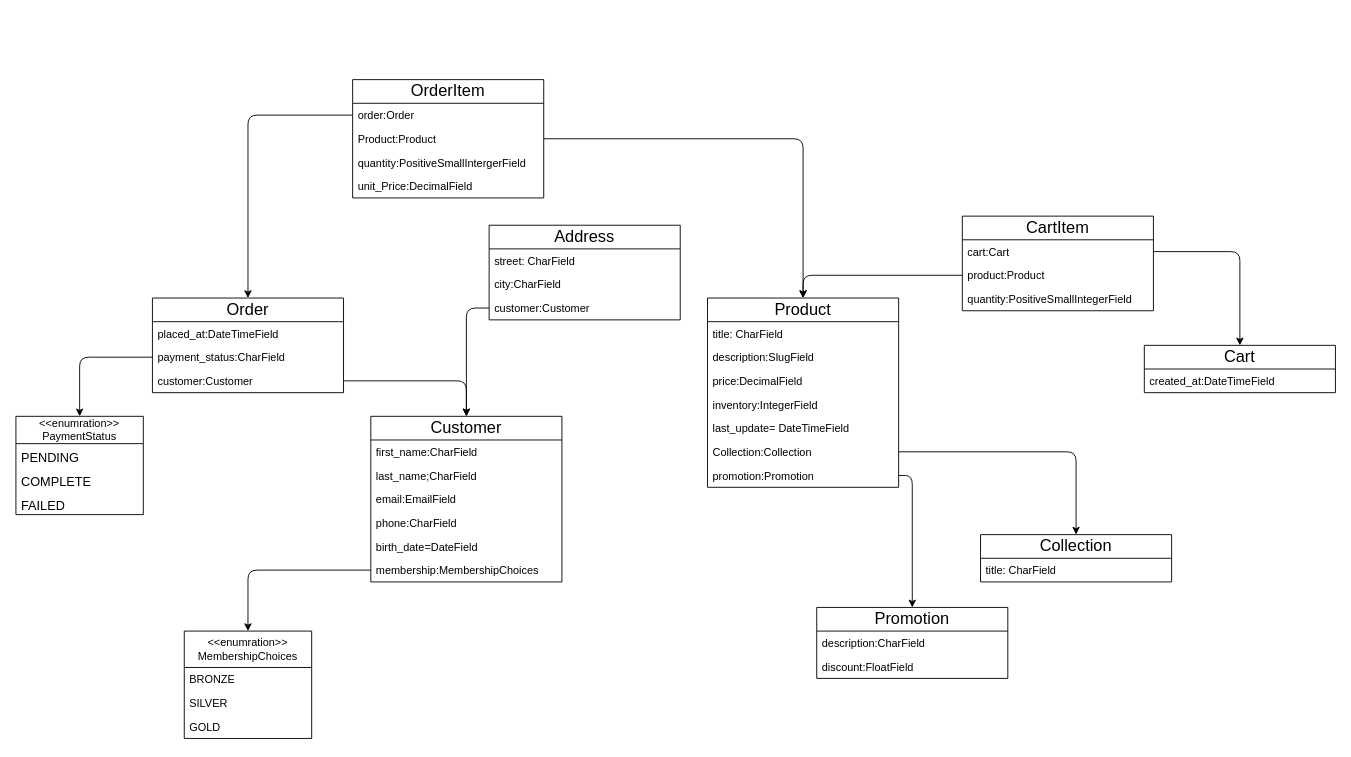
This is page "store" (1 of 3) of storefront.drawio from Elmorsi5/storefront1, a draw.io file, before an edit. Source tidied: cells renumbered, new cells numbered last; positions are measured from the earlier drawing's top-left corner, leaving out a move shared by most shapes. Both pictures are drawn from the tidied source at 91%, with x=0, y=0 at pixel (15, 79).
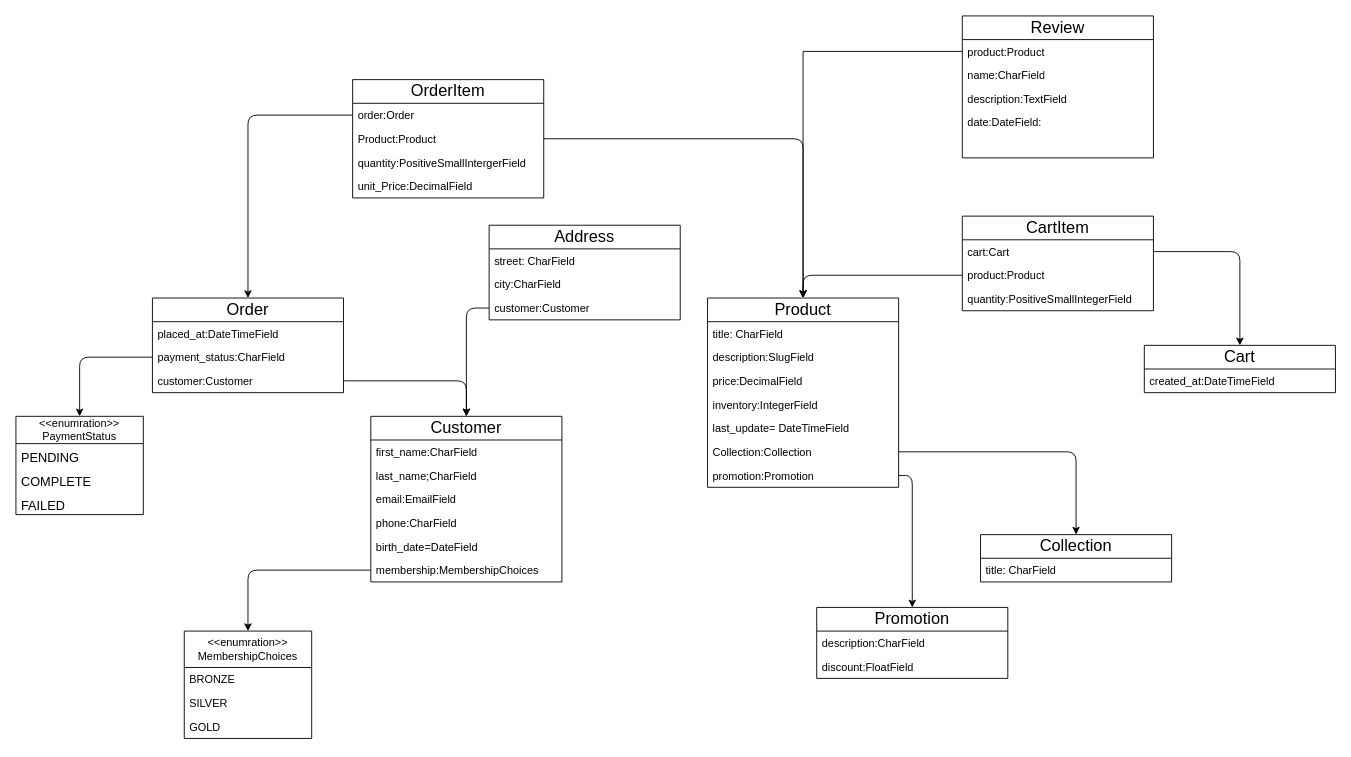
The same page after the edit.

Commit message (it also covers changes not shown here):
Upgrade the Nested (Product - Review) Router

Unchanged cells that the change refers to:
```xml
<mxCell id="2" value="&lt;font style=&quot;font-size: 18px;&quot;&gt;Product&lt;/font&gt;" style="swimlane;fontStyle=0;horizontal=1;startSize=26;fillColor=none;whiteSpace=wrap;html=1;" parent="1" vertex="1">
  <mxGeometry x="760" y="240" width="210" height="208" as="geometry" />
</mxCell>
```

What changed in the source:
```diff
@@
+    <mxCell id="59" value="&lt;span style=&quot;font-size: 18px;&quot;&gt;Review&lt;/span&gt;" style="swimlane;fontStyle=0;horizontal=1;startSize=26;fillColor=none;whiteSpace=wrap;html=1;" parent="1" vertex="1">
+      <mxGeometry x="1040" y="-70" width="210" height="156" as="geometry" />
+    </mxCell>
+    <mxCell id="60" value="product:Product" style="text;strokeColor=none;fillColor=none;align=left;verticalAlign=top;spacingLeft=4;spacingRight=4;overflow=hidden;points=[[0,0.5],[1,0.5]];portConstraint=eastwest;whiteSpace=wrap;html=1;" parent="59" vertex="1">
+      <mxGeometry y="26" width="210" height="26" as="geometry" />
+    </mxCell>
+    <mxCell id="61" value="name:CharField" style="text;strokeColor=none;fillColor=none;align=left;verticalAlign=top;spacingLeft=4;spacingRight=4;overflow=hidden;whiteSpace=wrap;html=1;" parent="59" vertex="1">
+      <mxGeometry y="52" width="210" height="26" as="geometry" />
+    </mxCell>
+    <mxCell id="62" value="description:TextField" style="text;strokeColor=none;fillColor=none;align=left;verticalAlign=top;spacingLeft=4;spacingRight=4;overflow=hidden;whiteSpace=wrap;html=1;" parent="59" vertex="1">
+      <mxGeometry y="78" width="210" height="26" as="geometry" />
+    </mxCell>
+    <mxCell id="63" value="date:DateField:" style="text;strokeColor=none;fillColor=none;align=left;verticalAlign=top;spacingLeft=4;spacingRight=4;overflow=hidden;whiteSpace=wrap;html=1;" parent="59" vertex="1">
+      <mxGeometry y="104" width="210" height="26" as="geometry" />
+    </mxCell>
+    <mxCell id="64" style="text;strokeColor=none;fillColor=none;align=left;verticalAlign=top;spacingLeft=4;spacingRight=4;overflow=hidden;whiteSpace=wrap;html=1;" parent="59" vertex="1">
+      <mxGeometry y="130" width="210" height="26" as="geometry" />
+    </mxCell>
+    <mxCell id="65" style="edgeStyle=orthogonalEdgeStyle;rounded=0;jettySize=auto;html=1;entryX=0.5;entryY=0;entryDx=0;entryDy=0;" parent="1" edge="1" source="60" target="2">
+      <mxGeometry relative="1" as="geometry" />
+    </mxCell>
```
